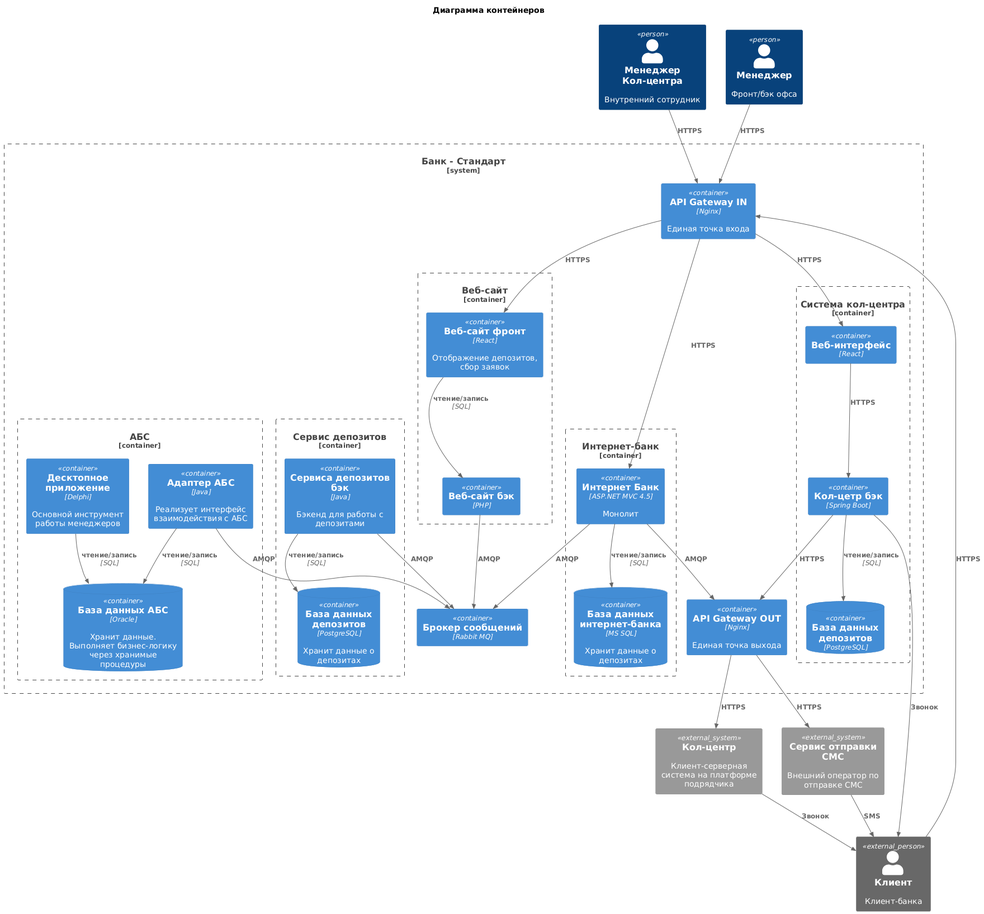
Above: Task3/c4_containers.png in pgalonza/architecture-standart (PlantUML), before the change. Its diagram source:
```plantuml
@startuml
!include https://raw.githubusercontent.com/plantuml-stdlib/C4-PlantUML/master/C4_Container.puml

title Диаграмма контейнеров

Person_Ext(client, "Клиент", "Клиент-банка")
System_Ext(callcenter, "Кол-центр", "Клиент-серверная система на платформе подрядчика")
System_Ext(sms_operator, "Сервис отправки СМС", "Внешний оператор по отправке СМС")
Person(callcenter_manager, "Менеджер Кол-центра", "Внутренний сотрудник")
Person(manager, "Менеджер", "Фронт/бэк офса")

System_Boundary(bank, "Банк - Стандарт") {
    Container(api_gateway_in, "API Gateway IN", "Nginx", "Единая точка входа")
    Container(api_gateway_out, "API Gateway OUT", "Nginx", "Единая точка выхода")

    Container_Boundary(web_site, "Веб-сайт") {
        Container(web_site_frontend, "Веб-сайт фронт", "React", "Отображение депозитов, сбор заявок")
        Container(web_site_backend, "Веб-сайт бэк", "PHP")
        Rel(web_site_frontend, web_site_backend, "чтение/запись", "SQL")
    }

    Container_Boundary(internet_bank, "Интернет-банк") {
        Container(bank_online, "Интернет Банк", "ASP.NET MVC 4.5", "Монолит")
        ContainerDb(bank_online_db, "База данных интернет-банка", "MS SQL", "Хранит данные о депозитах")
        Rel(bank_online, bank_online_db, "чтение/запись", "SQL")
    }

    Container_Boundary(abs, "АБС") {
        Container(abs_connector, "Адаптер АБС", "Java", "Реализует интерфейс взаимодействия с АБС")
        Container(abs_client, "Десктопное приложение", "Delphi", "Основной инструмент работы менеджеров")
        ContainerDb(abs_db, "База данных АБС", "Oracle", "Хранит данные. Выполняет бизнес-логику через хранимые процедуры")
        Rel(abs_client, abs_db, "чтение/запись", "SQL")
        Rel(abs_connector, abs_db, "чтение/запись", "SQL")
    }

    Container_Boundary(deposits_service, "Сервис депозитов") {
        Container(deposits_backend, "Cервиса депозитов бэк", "Java", "Бэкенд для работы с депозитами")
        ContainerDb(deposits_db, "База данных депозитов", "PostgreSQL", "Хранит данные о депозитах")
        Rel(deposits_backend, deposits_db, "чтение/запись", "SQL")
    }

    Container_Boundary(call_center_service, "Система кол-центра") {
        Container(call_center_frontend, "Веб-интерфейс", "React")
        Container(call_center_backend, "Кол-цетр бэк", "Spring Boot")
        ContainerDb(call_center_db, "База данных депозитов", "PostgreSQL")
        Rel(call_center_frontend, call_center_backend, "HTTPS")
        Rel(call_center_backend, call_center_db, "чтение/запись", "SQL")
    }

    Container(message_broker, "Брокер сообщений", "Rabbit MQ")

    Rel(api_gateway_in, bank_online, "HTTPS")
    Rel(api_gateway_in, web_site_frontend, "HTTPS")
    Rel(api_gateway_in, call_center_frontend, "HTTPS")
    Rel(web_site_backend, message_broker, "AMQP")
    Rel(bank_online, message_broker, "AMQP")
    Rel(deposits_backend, message_broker, "AMQP")
    Rel(abs_connector, message_broker, "AMQP")
    Rel(bank_online, api_gateway_out, "AMQP")
    Rel(call_center_backend, api_gateway_out, "HTTPS")

}

Rel(api_gateway_out, sms_operator, "HTTPS")
Rel(api_gateway_out, callcenter, "HTTPS")
Rel(sms_operator, client, "SMS")
Rel(client, api_gateway_in, "HTTPS")
Rel(callcenter_manager, api_gateway_in, "HTTPS")
Rel(manager, api_gateway_in, "HTTPS")
Rel(call_center_backend, client, "Звонок")
Rel(callcenter, client, "Звонок")
@enduml
```
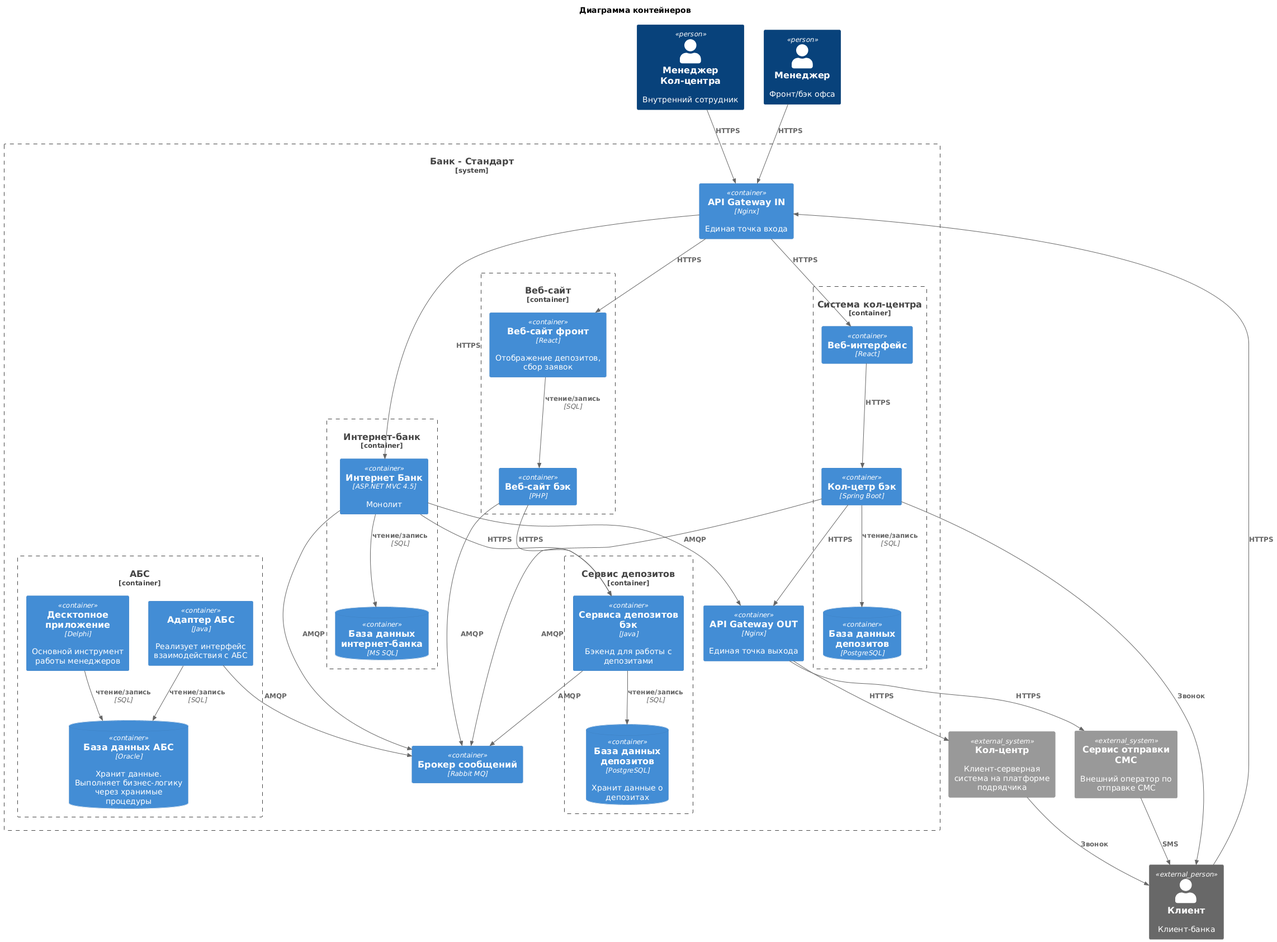
The same diagram one commit later.

What changed in the source:
```diff
@@ -21,7 +21,7 @@
 
     Container_Boundary(internet_bank, "Интернет-банк") {
         Container(bank_online, "Интернет Банк", "ASP.NET MVC 4.5", "Монолит")
-        ContainerDb(bank_online_db, "База данных интернет-банка", "MS SQL", "Хранит данные о депозитах")
+        ContainerDb(bank_online_db, "База данных интернет-банка", "MS SQL")
         Rel(bank_online, bank_online_db, "чтение/запись", "SQL")
     }
 
@@ -57,7 +57,10 @@
     Rel(deposits_backend, message_broker, "AMQP")
     Rel(abs_connector, message_broker, "AMQP")
     Rel(bank_online, api_gateway_out, "AMQP")
+    Rel(call_center_backend, message_broker, "AMQP")
     Rel(call_center_backend, api_gateway_out, "HTTPS")
+    Rel(bank_online, deposits_backend, "HTTPS")
+    Rel(web_site_backend, deposits_backend, "HTTPS")
 
 }
 
```
